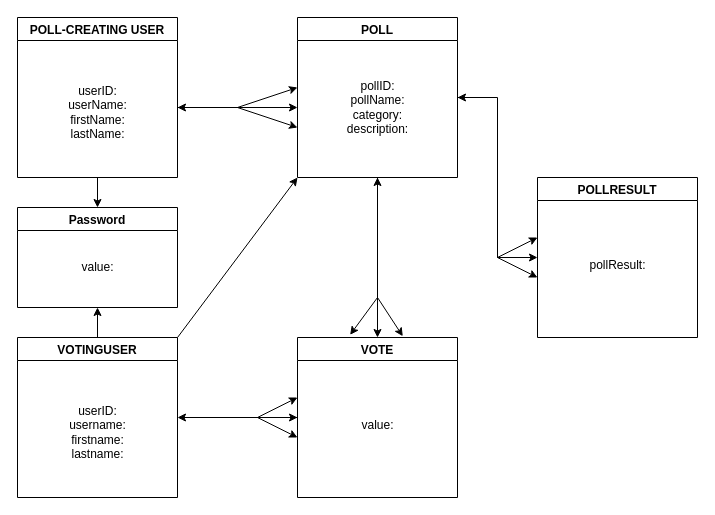
Earlier version of the draw.io diagram Assignments/AssignmentA/DomainModel/domainmodel.drawio (LisaEliassen/DAT250_Project). Source tidied: cells renumbered, new cells numbered last; positions are measured from the earlier drawing's top-left corner, leaving out a move shared by most shapes. Both pictures are drawn from the tidied source at 100%, with x=0, y=0 at pixel (17, 17).
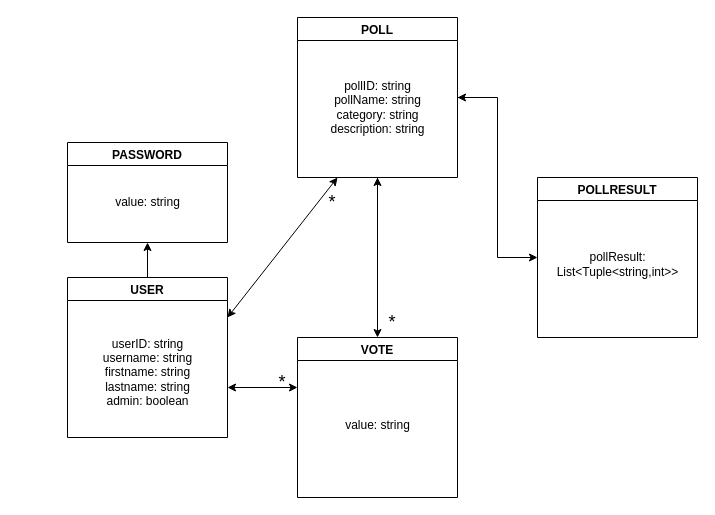
After the change.

Unchanged cells that the change refers to:
```xml
<mxCell id="7" value="POLL" style="swimlane;" parent="1" vertex="1">
  <mxGeometry x="280" width="160" height="160" as="geometry" />
</mxCell>
<mxCell id="9" value="VOTE" style="swimlane;" parent="1" vertex="1">
  <mxGeometry x="280" y="320" width="160" height="160" as="geometry" />
</mxCell>
<mxCell id="13" value="POLLRESULT" style="swimlane;" parent="1" vertex="1">
  <mxGeometry x="520" y="160" width="160" height="160" as="geometry" />
</mxCell>
```

What changed in the source:
```diff
@@
-    <mxCell id="2" value="POLL-CREATING USER" style="swimlane;" parent="1" vertex="1">
-      <mxGeometry width="160" height="160" as="geometry" />
-    </mxCell>
-    <mxCell id="3" value="userID:&lt;br&gt;userName:&lt;br&gt;firstName:&lt;br&gt;lastName:" style="text;html=1;align=center;verticalAlign=middle;strokeColor=none;fillColor=none;" parent="2" vertex="1">
-      <mxGeometry x="40" y="60" width="80" height="70" as="geometry" />
-    </mxCell>
-    <mxCell id="4" value="VOTINGUSER" style="swimlane;" parent="1" vertex="1">
-      <mxGeometry y="320" width="160" height="160" as="geometry" />
+    <mxCell id="4" value="USER" style="swimlane;" parent="1" vertex="1">
+      <mxGeometry x="50" y="260" width="160" height="160" as="geometry" />
     </mxCell>
-    <mxCell id="5" value="userID:&lt;br&gt;username:&lt;br&gt;firstname:&lt;br&gt;lastname:" style="text;html=1;align=center;verticalAlign=middle;strokeColor=none;fillColor=none;" parent="4" vertex="1">
-      <mxGeometry x="40" y="60" width="80" height="70" as="geometry" />
+    <mxCell id="5" value="userID: string&lt;br&gt;username: string&lt;br&gt;firstname: string&lt;br&gt;lastname: string&lt;br&gt;admin: boolean" style="text;html=1;align=center;verticalAlign=middle;strokeColor=none;fillColor=none;" parent="4" vertex="1">
+      <mxGeometry x="25" y="50" width="110" height="90" as="geometry" />
     </mxCell>
@@
-    <mxCell id="8" value="pollID:&lt;br&gt;pollName:&lt;br&gt;category:&lt;br&gt;description:" style="text;html=1;align=center;verticalAlign=middle;strokeColor=none;fillColor=none;" parent="7" vertex="1">
-      <mxGeometry x="40" y="55" width="80" height="70" as="geometry" />
+    <mxCell id="8" value="pollID: string&lt;br&gt;pollName: string&lt;br&gt;category: string&lt;br&gt;description: string" style="text;html=1;align=center;verticalAlign=middle;strokeColor=none;fillColor=none;" parent="7" vertex="1">
+      <mxGeometry x="20" y="55" width="120" height="70" as="geometry" />
     </mxCell>
@@
-    <mxCell id="10" value="&lt;br&gt;value:" style="text;html=1;align=center;verticalAlign=middle;strokeColor=none;fillColor=none;" parent="9" vertex="1">
-      <mxGeometry x="50" y="60" width="60" height="40" as="geometry" />
+    <mxCell id="10" value="&lt;br&gt;value: string" style="text;html=1;align=center;verticalAlign=middle;strokeColor=none;fillColor=none;" parent="9" vertex="1">
+      <mxGeometry x="35" y="60" width="90" height="40" as="geometry" />
     </mxCell>
-    <mxCell id="11" style="endArrow=classic;html=1;rounded=0;" parent="1" edge="1">
-      <mxGeometry relative="1" as="geometry">
-        <mxPoint x="220" y="90" as="sourcePoint" />
-        <mxPoint x="280" y="110" as="targetPoint" />
-      </mxGeometry>
-    </mxCell>
-    <mxCell id="12" style="endArrow=classic;html=1;rounded=0;" parent="1" edge="1">
-      <mxGeometry relative="1" as="geometry">
-        <mxPoint x="220" y="90" as="sourcePoint" />
-        <mxPoint x="280" y="70" as="targetPoint" />
-      </mxGeometry>
-    </mxCell>
@@
-    <mxCell id="14" value="&lt;br&gt;pollResult:" style="text;html=1;align=center;verticalAlign=middle;strokeColor=none;fillColor=none;" parent="13" vertex="1">
-      <mxGeometry x="40" y="60" width="80" height="40" as="geometry" />
+    <mxCell id="14" value="&lt;br&gt;pollResult: &lt;br&gt;List&amp;lt;Tuple&amp;lt;string,int&amp;gt;&amp;gt;" style="text;html=1;align=center;verticalAlign=middle;strokeColor=none;fillColor=none;" parent="13" vertex="1">
+      <mxGeometry x="5" y="50" width="150" height="60" as="geometry" />
     </mxCell>
-    <mxCell id="15" style="endArrow=classic;html=1;rounded=0;" parent="1" edge="1">
-      <mxGeometry relative="1" as="geometry">
-        <mxPoint x="160" y="90" as="sourcePoint" />
-        <mxPoint x="280" y="90" as="targetPoint" />
-      </mxGeometry>
-    </mxCell>
@@
-    <mxCell id="17" style="endArrow=classic;html=1;rounded=0;" parent="1" edge="1">
-      <mxGeometry relative="1" as="geometry">
-        <mxPoint x="480" y="240" as="sourcePoint" />
-        <mxPoint x="520" y="260" as="targetPoint" />
-      </mxGeometry>
-    </mxCell>
-    <mxCell id="18" style="endArrow=classic;html=1;rounded=0;" parent="1" edge="1">
-      <mxGeometry relative="1" as="geometry">
-        <mxPoint x="480" y="240" as="sourcePoint" />
-        <mxPoint x="520" y="220" as="targetPoint" />
-      </mxGeometry>
-    </mxCell>
@@
-    <mxCell id="20" style="endArrow=classic;html=1;rounded=0;" parent="1" edge="1">
-      <mxGeometry relative="1" as="geometry">
-        <mxPoint x="220" y="90" as="sourcePoint" />
-        <mxPoint x="160" y="90" as="targetPoint" />
-      </mxGeometry>
-    </mxCell>
@@
-    <mxCell id="22" style="endArrow=classic;html=1;rounded=0;entryX=1;entryY=0.5;entryDx=0;entryDy=0;exitX=0;exitY=0.5;exitDx=0;exitDy=0;" parent="1" edge="1" source="9" target="4">
-      <mxGeometry relative="1" as="geometry" />
-    </mxCell>
-    <mxCell id="23" style="endArrow=classic;html=1;rounded=0;entryX=0;entryY=0.5;entryDx=0;entryDy=0;" parent="1" edge="1" target="9">
-      <mxGeometry relative="1" as="geometry">
-        <mxPoint x="210" y="400" as="sourcePoint" />
-      </mxGeometry>
-    </mxCell>
-    <mxCell id="24" style="endArrow=classic;html=1;rounded=0;entryX=0.329;entryY=-0.017;entryDx=0;entryDy=0;entryPerimeter=0;" parent="1" edge="1" target="9">
-      <mxGeometry relative="1" as="geometry">
-        <mxPoint x="360" y="280" as="sourcePoint" />
-      </mxGeometry>
-    </mxCell>
-    <mxCell id="25" style="endArrow=classic;html=1;rounded=0;entryX=0.658;entryY=-0.008;entryDx=0;entryDy=0;entryPerimeter=0;" parent="1" edge="1" target="9">
-      <mxGeometry relative="1" as="geometry">
-        <mxPoint x="360" y="280" as="sourcePoint" />
-      </mxGeometry>
-    </mxCell>
-    <mxCell id="26" value="Password" style="swimlane;" parent="1" vertex="1">
-      <mxGeometry y="190" width="160" height="100" as="geometry" />
+    <mxCell id="26" value="PASSWORD" style="swimlane;" parent="1" vertex="1">
+      <mxGeometry x="50" y="125" width="160" height="100" as="geometry" />
     </mxCell>
-    <mxCell id="27" value="value:" style="text;html=1;align=center;verticalAlign=middle;strokeColor=none;fillColor=none;" parent="26" vertex="1">
-      <mxGeometry x="50" y="45" width="60" height="30" as="geometry" />
+    <mxCell id="27" value="value: string" style="text;html=1;align=center;verticalAlign=middle;strokeColor=none;fillColor=none;" parent="26" vertex="1">
+      <mxGeometry x="35" y="45" width="90" height="30" as="geometry" />
     </mxCell>
-    <mxCell id="28" style="endArrow=classic;html=1;rounded=0;exitX=0.5;exitY=1;exitDx=0;exitDy=0;entryX=0.5;entryY=0;entryDx=0;entryDy=0;" parent="1" edge="1" source="2" target="26">
-      <mxGeometry relative="1" as="geometry" />
-    </mxCell>
@@
-    <mxCell id="30" style="endArrow=classic;html=1;rounded=0;" parent="1" edge="1">
-      <mxGeometry relative="1" as="geometry">
-        <mxPoint x="240" y="400" as="sourcePoint" />
-        <mxPoint x="280" y="380" as="targetPoint" />
-      </mxGeometry>
-    </mxCell>
-    <mxCell id="31" style="endArrow=classic;html=1;rounded=0;" parent="1" edge="1">
-      <mxGeometry relative="1" as="geometry">
-        <mxPoint x="240" y="400" as="sourcePoint" />
-        <mxPoint x="280" y="420" as="targetPoint" />
-      </mxGeometry>
-    </mxCell>
-    <mxCell id="32" style="endArrow=classic;html=1;rounded=0;exitX=1;exitY=0;exitDx=0;exitDy=0;entryX=0;entryY=1;entryDx=0;entryDy=0;" parent="1" edge="1" source="4" target="7">
+    <mxCell id="32" style="endArrow=classic;startArrow=classic;html=1;rounded=0;entryX=0.25;entryY=1;entryDx=0;entryDy=0;exitX=1;exitY=0.25;exitDx=0;exitDy=0;" parent="1" edge="1" source="4" target="7">
       <mxGeometry relative="1" as="geometry" />
     </mxCell>
+    <mxCell id="33" style="endArrow=classic;startArrow=classic;html=1;rounded=0;" parent="1" edge="1">
+      <mxGeometry relative="1" as="geometry">
+        <mxPoint x="210" y="370" as="sourcePoint" />
+        <mxPoint x="280" y="370" as="targetPoint" />
+      </mxGeometry>
+    </mxCell>
+    <mxCell id="34" value="&lt;font style=&quot;font-size: 18px;&quot;&gt;*&lt;/font&gt;" style="text;html=1;strokeColor=none;fillColor=none;align=center;verticalAlign=middle;whiteSpace=wrap;rounded=0;" parent="1" vertex="1">
+      <mxGeometry x="240" y="350" width="50" height="30" as="geometry" />
+    </mxCell>
+    <mxCell id="35" value="&lt;font style=&quot;font-size: 18px;&quot;&gt;*&lt;/font&gt;" style="text;html=1;strokeColor=none;fillColor=none;align=center;verticalAlign=middle;whiteSpace=wrap;rounded=0;" parent="1" vertex="1">
+      <mxGeometry x="350" y="290" width="50" height="30" as="geometry" />
+    </mxCell>
+    <mxCell id="36" value="&lt;font style=&quot;font-size: 18px;&quot;&gt;*&lt;/font&gt;" style="text;html=1;strokeColor=none;fillColor=none;align=center;verticalAlign=middle;whiteSpace=wrap;rounded=0;" parent="1" vertex="1">
+      <mxGeometry x="290" y="170" width="50" height="30" as="geometry" />
+    </mxCell>
```
